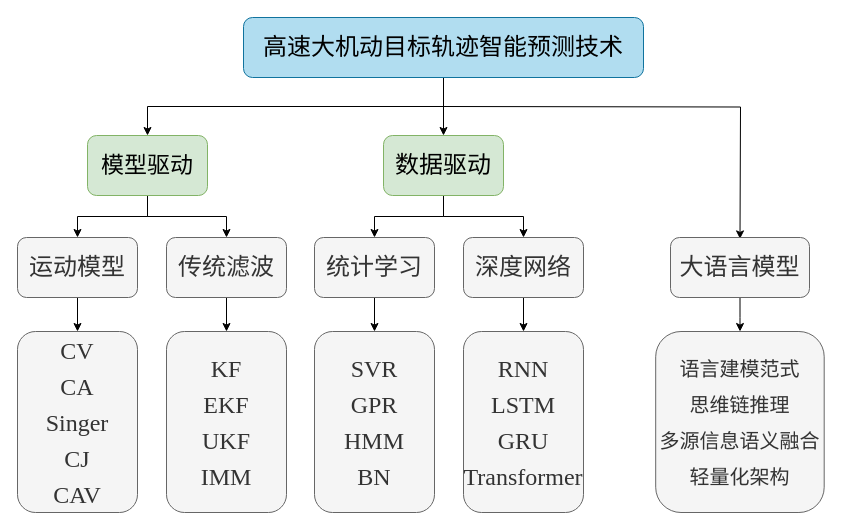
The draw.io diagram 轨迹预测框架.drawio in master-fency/plot, before the edit. Source tidied: cells renumbered, new cells numbered last; positions are measured from the earlier drawing's top-left corner, leaving out a move shared by most shapes. Both pictures are drawn from the tidied source at 100%, with x=0, y=0 at pixel (17, 17).
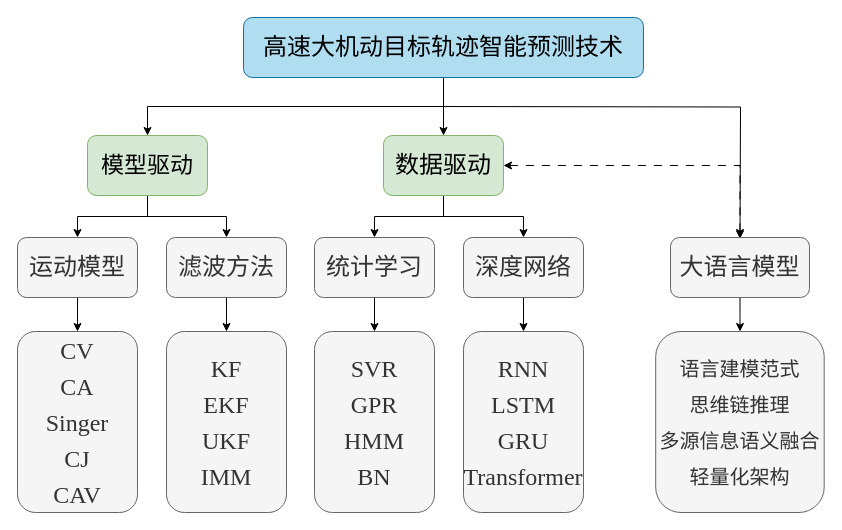
The same diagram, later.

Commit message:
更新轨迹预测框架.drawio

The change refers to these unchanged cells:
```xml
<mxCell id="11" value="&lt;font face=&quot;Times New Roman&quot; style=&quot;font-size: 24px;&quot;&gt;数据驱动&lt;/font&gt;" style="rounded=1;whiteSpace=wrap;html=1;fillColor=#d5e8d4;strokeColor=#82b366;" parent="1" vertex="1">
  <mxGeometry x="366" y="118" width="120" height="60" as="geometry" />
</mxCell>
<mxCell id="21" value="&lt;pre&gt;&lt;font face=&quot;Times New Roman&quot; style=&quot;font-size: 24px;&quot;&gt;大语言模型&lt;/font&gt;&lt;/pre&gt;" style="rounded=1;whiteSpace=wrap;html=1;fillColor=#f5f5f5;fontColor=#333333;strokeColor=#666666;" parent="1" vertex="1">
  <mxGeometry x="653" y="220" width="139" height="60" as="geometry" />
</mxCell>
```

Diff of the diagram source:
```diff
@@
+    <mxCell id="27" style="edgeStyle=orthogonalEdgeStyle;rounded=0;jettySize=auto;html=1;exitX=1;exitY=0.5;exitDx=0;exitDy=0;entryX=0.5;entryY=0;entryDx=0;entryDy=0;fontFamily=Helvetica;fontSize=12;fontColor=default;dashed=1;dashPattern=8 8;startArrow=classic;startFill=1;" parent="1" edge="1" source="11" target="21">
+      <mxGeometry relative="1" as="geometry" />
+    </mxCell>
@@
-    <mxCell id="15" value="&lt;pre&gt;&lt;font face=&quot;Times New Roman&quot; style=&quot;font-size: 24px;&quot;&gt;传统滤波&lt;/font&gt;&lt;/pre&gt;" style="rounded=1;whiteSpace=wrap;html=1;fillColor=#f5f5f5;fontColor=#333333;strokeColor=#666666;" parent="1" vertex="1">
+    <mxCell id="15" value="&lt;pre&gt;&lt;font face=&quot;Times New Roman&quot; style=&quot;font-size: 24px;&quot;&gt;滤波方法&lt;/font&gt;&lt;/pre&gt;" style="rounded=1;whiteSpace=wrap;html=1;fillColor=#f5f5f5;fontColor=#333333;strokeColor=#666666;" parent="1" vertex="1">
       <mxGeometry x="149" y="220" width="120" height="60" as="geometry" />
     </mxCell>
```
